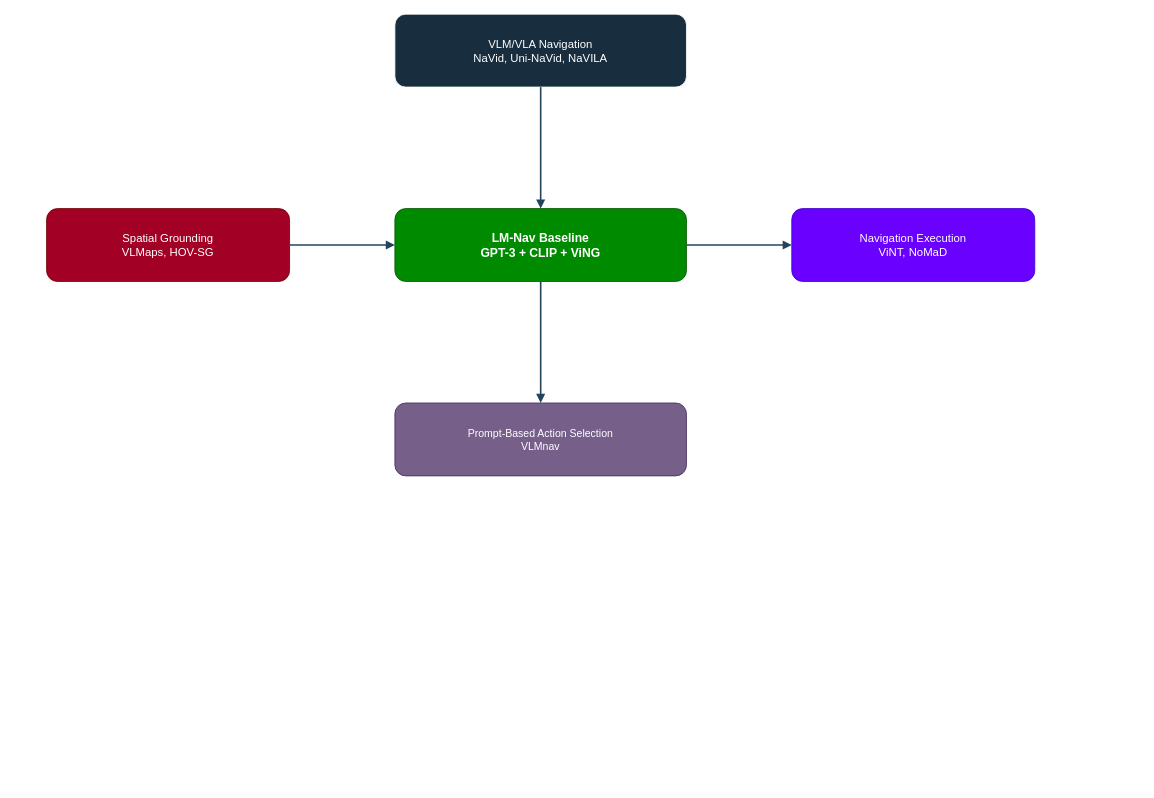
The draw.io diagram drawio/chapter_2/figure_2_3_positioning_of_related_works_around_lm_nav.drawio in amfarhnn/vlm-robot, before the edit. Source tidied: cells renumbered, new cells numbered last; positions are measured from the earlier drawing's top-left corner, leaving out a move shared by most shapes. Both pictures are drawn from the tidied source at 81%, with x=0, y=0 at pixel (46, 14).
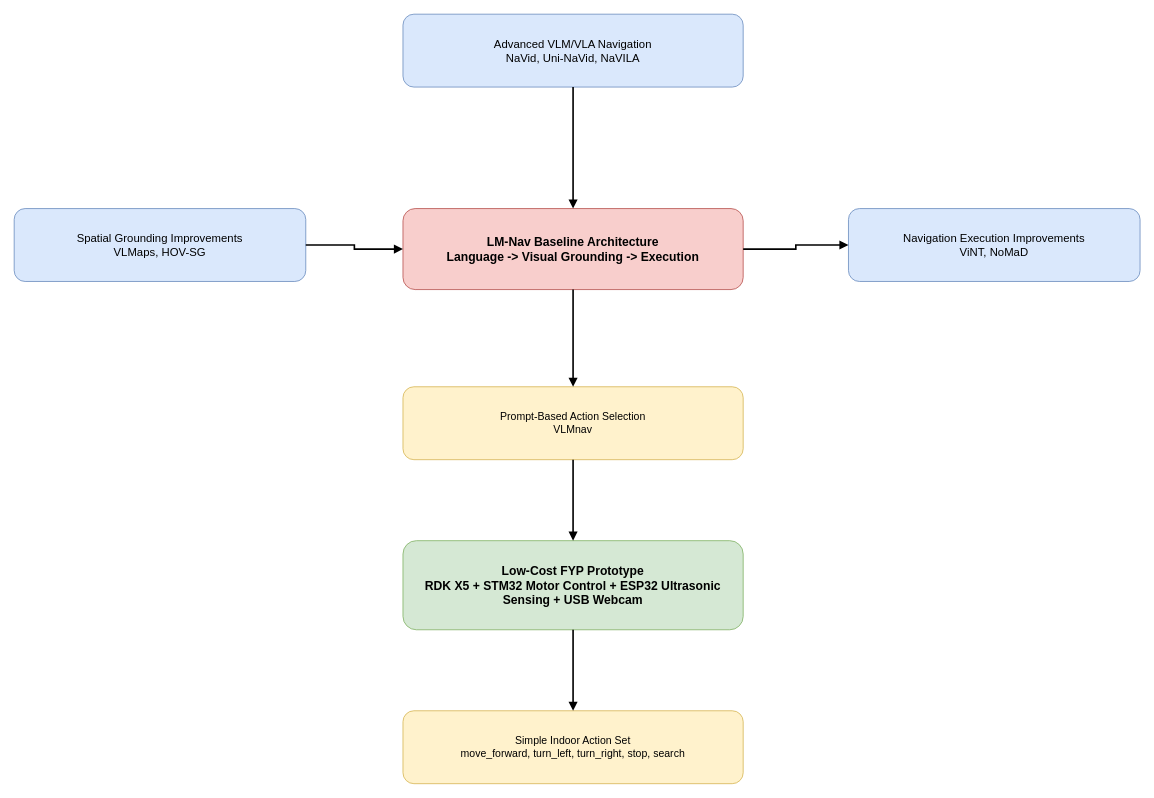
Above is the later version.

The edit, as a diff of the source:
```diff
@@
-<mxGraphModel background="#ffffff">
+<mxGraphModel>
   <root>
     <mxCell id="0" />
     <mxCell id="1" parent="0" />
-    <mxCell id="2" value="VLM/VLA Navigation&#10;NaVid, Uni-NaVid, NaVILA" style="rounded=1;whiteSpace=wrap;html=1;fillColor=#182E3E;strokeColor=#FFFFFF;fontSize=14;labelBackgroundColor=none;fontColor=#FFFFFF;" parent="1" vertex="1">
-      <mxGeometry x="430" width="360" height="90" as="geometry" />
+    <mxCell id="2" value="Advanced VLM/VLA Navigation&#10;NaVid, Uni-NaVid, NaVILA" style="rounded=1;whiteSpace=wrap;html=1;fillColor=#dae8fc;strokeColor=#6c8ebf;fontSize=14;" parent="1" vertex="1">
+      <mxGeometry x="440" width="420" height="90" as="geometry" />
     </mxCell>
-    <mxCell id="3" value="Spatial Grounding&#10;VLMaps, HOV-SG" style="rounded=1;whiteSpace=wrap;html=1;fillColor=#a20025;strokeColor=#6F0000;fontSize=14;labelBackgroundColor=none;fontColor=#ffffff;" parent="1" vertex="1">
-      <mxGeometry y="240" width="300" height="90" as="geometry" />
+    <mxCell id="3" value="Spatial Grounding Improvements&#10;VLMaps, HOV-SG" style="rounded=1;whiteSpace=wrap;html=1;fillColor=#dae8fc;strokeColor=#6c8ebf;fontSize=14;" parent="1" vertex="1">
+      <mxGeometry x="-40" y="240" width="360" height="90" as="geometry" />
     </mxCell>
-    <mxCell id="4" value="LM-Nav Baseline&#10;GPT-3 + CLIP + ViNG" style="rounded=1;whiteSpace=wrap;html=1;fillColor=#008a00;strokeColor=#005700;fontStyle=1;fontSize=15;labelBackgroundColor=none;fontColor=#ffffff;" parent="1" vertex="1">
-      <mxGeometry x="430" y="240" width="360" height="90" as="geometry" />
+    <mxCell id="4" value="LM-Nav Baseline Architecture&#10;Language -&gt; Visual Grounding -&gt; Execution" style="rounded=1;whiteSpace=wrap;html=1;fillColor=#f8cecc;strokeColor=#b85450;fontStyle=1;fontSize=15;" parent="1" vertex="1">
+      <mxGeometry x="440" y="240" width="420" height="100" as="geometry" />
     </mxCell>
-    <mxCell id="5" value="Navigation Execution&#10;ViNT, NoMaD" style="rounded=1;whiteSpace=wrap;html=1;fillColor=#6a00ff;strokeColor=#3700CC;fontSize=14;labelBackgroundColor=none;fontColor=#ffffff;" parent="1" vertex="1">
-      <mxGeometry x="920" y="240" width="300" height="90" as="geometry" />
+    <mxCell id="5" value="Navigation Execution Improvements&#10;ViNT, NoMaD" style="rounded=1;whiteSpace=wrap;html=1;fillColor=#dae8fc;strokeColor=#6c8ebf;fontSize=14;" parent="1" vertex="1">
+      <mxGeometry x="990" y="240" width="360" height="90" as="geometry" />
     </mxCell>
-    <mxCell id="6" value="Prompt-Based Action Selection&#10;VLMnav" style="rounded=1;whiteSpace=wrap;html=1;fillColor=#76608a;strokeColor=#432D57;fontSize=13;labelBackgroundColor=none;fontColor=#ffffff;" parent="1" vertex="1">
-      <mxGeometry x="430" y="480" width="360" height="90" as="geometry" />
+    <mxCell id="6" value="Prompt-Based Action Selection&#10;VLMnav" style="rounded=1;whiteSpace=wrap;html=1;fillColor=#fff2cc;strokeColor=#d6b656;fontSize=13;" parent="1" vertex="1">
+      <mxGeometry x="440" y="460" width="420" height="90" as="geometry" />
     </mxCell>
-    <mxCell id="7" style="edgeStyle=orthogonalEdgeStyle;rounded=0;jettySize=auto;html=1;endArrow=block;endFill=1;strokeWidth=2;labelBackgroundColor=none;strokeColor=#23445D;fontColor=default;" parent="1" edge="1" source="3" target="4">
-      <mxGeometry relative="1" as="geometry" />
+    <mxCell id="7" value="Low-Cost FYP Prototype&#10;RDK X5 + STM32 Motor Control + ESP32 Ultrasonic Sensing + USB Webcam" style="rounded=1;whiteSpace=wrap;html=1;fillColor=#d5e8d4;strokeColor=#82b366;fontStyle=1;fontSize=15;" parent="1" vertex="1">
+      <mxGeometry x="440" y="650" width="420" height="110" as="geometry" />
     </mxCell>
-    <mxCell id="8" style="edgeStyle=orthogonalEdgeStyle;rounded=0;jettySize=auto;html=1;endArrow=block;endFill=1;strokeWidth=2;labelBackgroundColor=none;strokeColor=#23445D;fontColor=default;" parent="1" edge="1" source="4" target="5">
-      <mxGeometry relative="1" as="geometry" />
+    <mxCell id="8" value="Simple Indoor Action Set&#10;move_forward, turn_left, turn_right, stop, search" style="rounded=1;whiteSpace=wrap;html=1;fillColor=#fff2cc;strokeColor=#d6b656;fontSize=13;" parent="1" vertex="1">
+      <mxGeometry x="440" y="860" width="420" height="90" as="geometry" />
     </mxCell>
-    <mxCell id="9" style="edgeStyle=orthogonalEdgeStyle;rounded=0;jettySize=auto;html=1;endArrow=block;endFill=1;strokeWidth=2;labelBackgroundColor=none;strokeColor=#23445D;fontColor=default;" parent="1" edge="1" source="2" target="4">
+    <mxCell id="9" style="edgeStyle=orthogonalEdgeStyle;rounded=0;jettySize=auto;html=1;endArrow=block;endFill=1;strokeWidth=2;" parent="1" edge="1" source="3" target="4">
       <mxGeometry relative="1" as="geometry" />
     </mxCell>
-    <mxCell id="10" style="edgeStyle=orthogonalEdgeStyle;rounded=0;jettySize=auto;html=1;endArrow=block;endFill=1;strokeWidth=2;labelBackgroundColor=none;strokeColor=#23445D;fontColor=default;" parent="1" edge="1" source="4" target="6">
+    <mxCell id="10" style="edgeStyle=orthogonalEdgeStyle;rounded=0;jettySize=auto;html=1;endArrow=block;endFill=1;strokeWidth=2;" parent="1" edge="1" source="4" target="5">
       <mxGeometry relative="1" as="geometry" />
     </mxCell>
+    <mxCell id="11" style="edgeStyle=orthogonalEdgeStyle;rounded=0;jettySize=auto;html=1;endArrow=block;endFill=1;strokeWidth=2;" parent="1" edge="1" source="2" target="4">
+      <mxGeometry relative="1" as="geometry" />
+    </mxCell>
+    <mxCell id="12" style="edgeStyle=orthogonalEdgeStyle;rounded=0;jettySize=auto;html=1;endArrow=block;endFill=1;strokeWidth=2;" parent="1" edge="1" source="4" target="6">
+      <mxGeometry relative="1" as="geometry" />
+    </mxCell>
+    <mxCell id="13" style="edgeStyle=orthogonalEdgeStyle;rounded=0;jettySize=auto;html=1;endArrow=block;endFill=1;strokeWidth=2;" parent="1" edge="1" source="6" target="7">
+      <mxGeometry relative="1" as="geometry" />
+    </mxCell>
+    <mxCell id="14" style="edgeStyle=orthogonalEdgeStyle;rounded=0;jettySize=auto;html=1;endArrow=block;endFill=1;strokeWidth=2;" parent="1" edge="1" source="7" target="8">
+      <mxGeometry relative="1" as="geometry" />
+    </mxCell>
   </root>
 </mxGraphModel>
```
